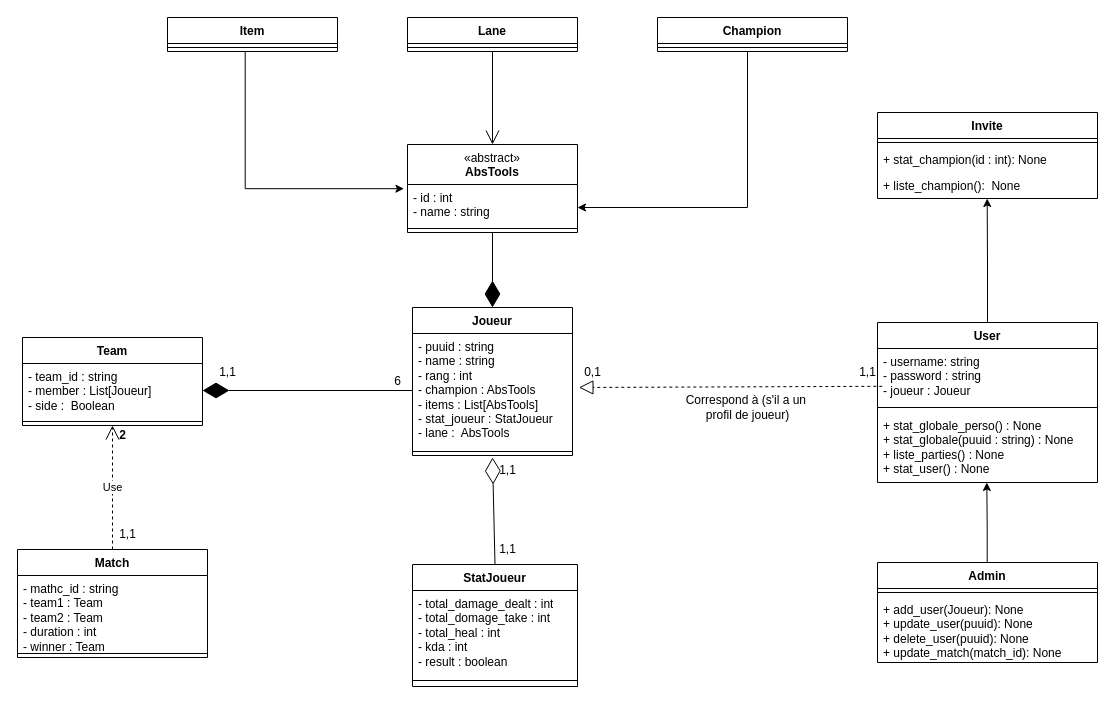
This is Image Prod/League of legends.drawio from Niyo-D-JC/HelpWork, a draw.io file, before an edit. Source tidied: cells renumbered, new cells numbered last; positions are measured from the earlier drawing's top-left corner, leaving out a move shared by most shapes. Both pictures are drawn from the tidied source at 100%, with x=0, y=0 at pixel (17, 17).
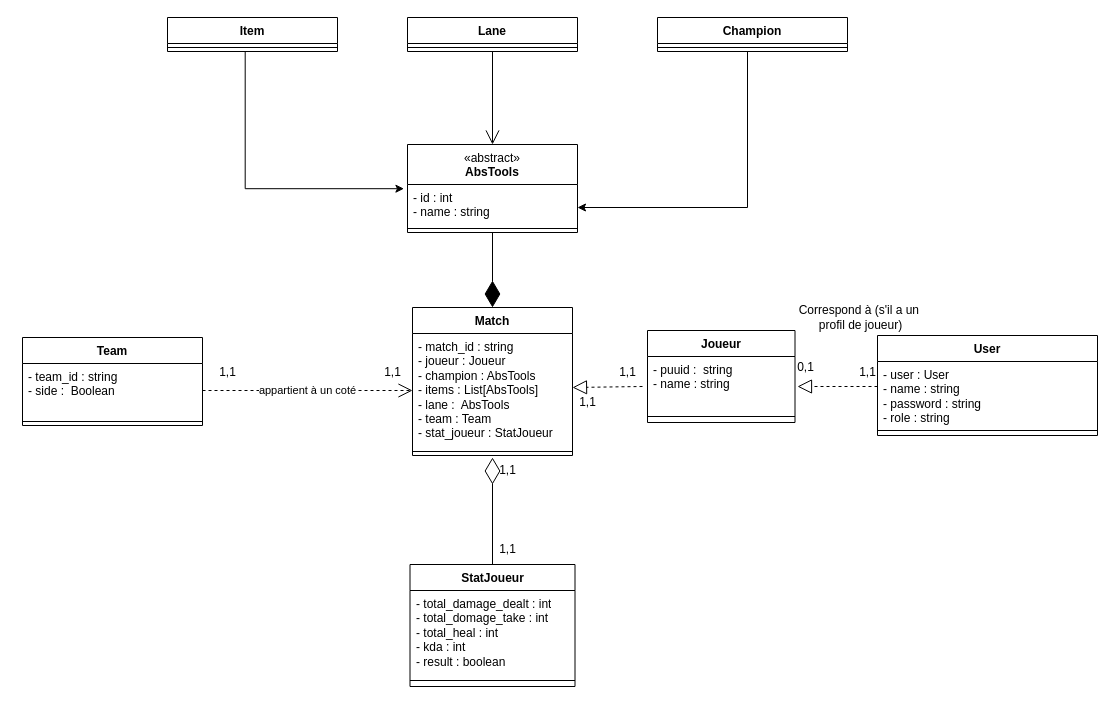
Above is the later version.

Commit message:
Mettre à jour League of legends.drawio

Unchanged cells that the change refers to:
```xml
<mxCell id="12" value="Team" style="swimlane;fontStyle=1;align=center;verticalAlign=top;horizontal=1;startSize=26;whiteSpace=wrap;html=1;" parent="1" vertex="1">
  <mxGeometry x="5" y="320" width="180" height="88" as="geometry" />
</mxCell>
<mxCell id="42" value="1,1" style="text;html=1;align=center;verticalAlign=middle;points=[];strokeColor=none;fillColor=none;" parent="1" vertex="1">
  <mxGeometry x="830" y="340" width="40" height="30" as="geometry" />
</mxCell>
```

Diff of the diagram source:
```diff
@@
     <mxCell id="2" value="StatJoueur" style="swimlane;fontStyle=1;align=center;verticalAlign=top;horizontal=1;startSize=26;whiteSpace=wrap;html=1;" parent="1" vertex="1">
-      <mxGeometry x="395" y="547" width="165" height="122" as="geometry" />
+      <mxGeometry x="392.5" y="547" width="165" height="122" as="geometry" />
     </mxCell>
@@
-    <mxCell id="5" style="edgeStyle=orthogonalEdgeStyle;rounded=0;orthogonalLoop=1;jettySize=auto;html=1;entryX=0.491;entryY=1.05;entryDx=0;entryDy=0;entryPerimeter=0;" parent="1" edge="1">
-      <mxGeometry relative="1" as="geometry">
-        <mxPoint x="969.7" y="560.6" as="sourcePoint" />
-        <mxPoint x="969.3" y="465" as="targetPoint" />
-        <Array as="points">
-          <mxPoint x="969.7" y="510.6" />
-          <mxPoint x="969.7" y="510.6" />
-        </Array>
-      </mxGeometry>
-    </mxCell>
-    <mxCell id="6" value="Admin" style="swimlane;fontStyle=1;align=center;verticalAlign=top;horizontal=1;startSize=26;whiteSpace=wrap;html=1;" parent="1" vertex="1">
-      <mxGeometry x="860" y="545" width="220" height="100" as="geometry" />
-    </mxCell>
-    <mxCell id="7" style="line;strokeWidth=1;fillColor=none;align=left;verticalAlign=middle;spacingTop=-1;spacingLeft=3;spacingRight=3;labelPosition=right;strokeColor=inherit;" parent="6" vertex="1">
-      <mxGeometry y="26" width="220" height="8" as="geometry" />
-    </mxCell>
-    <mxCell id="8" value="+ add_user(Joueur): None&lt;br&gt;+ update_user(puuid): None&lt;br&gt;+ delete_user(puuid): None&lt;br&gt;+ update_match(match_id): None" style="text;strokeColor=none;fillColor=none;align=left;verticalAlign=top;spacingLeft=4;spacingRight=4;overflow=hidden;whiteSpace=wrap;html=1;" parent="6" vertex="1">
-      <mxGeometry y="34" width="220" height="66" as="geometry" />
-    </mxCell>
-    <mxCell id="9" value="Joueur" style="swimlane;fontStyle=1;align=center;verticalAlign=top;horizontal=1;startSize=26;whiteSpace=wrap;html=1;" parent="1" vertex="1">
+    <mxCell id="9" value="Match" style="swimlane;fontStyle=1;align=center;verticalAlign=top;horizontal=1;startSize=26;whiteSpace=wrap;html=1;" parent="1" vertex="1">
       <mxGeometry x="395" y="290" width="160" height="148" as="geometry" />
     </mxCell>
-    <mxCell id="10" value="- puuid : string&lt;br&gt;- name : string&lt;br&gt;- rang : int&lt;br&gt;- champion : AbsTools&lt;br&gt;- items : List[AbsTools]&lt;br&gt;- stat_joueur : StatJoueur&lt;br&gt;- lane :&amp;nbsp; AbsTools" style="text;strokeColor=none;fillColor=none;align=left;verticalAlign=top;spacingLeft=4;spacingRight=4;overflow=hidden;points=[[0,0.5],[1,0.5]];portConstraint=eastwest;whiteSpace=wrap;html=1;" parent="9" vertex="1">
+    <mxCell id="10" value="- match_id : string&lt;br&gt;- joueur : Joueur&lt;br&gt;- champion : AbsTools&lt;br&gt;- items : List[AbsTools]&lt;br&gt;- lane :&amp;nbsp; AbsTools&lt;br&gt;- team : Team&lt;br&gt;- stat_joueur : StatJoueur" style="text;strokeColor=none;fillColor=none;align=left;verticalAlign=top;spacingLeft=4;spacingRight=4;overflow=hidden;points=[[0,0.5],[1,0.5]];portConstraint=eastwest;whiteSpace=wrap;html=1;" parent="9" vertex="1">
       <mxGeometry y="26" width="160" height="114" as="geometry" />
     </mxCell>
@@
-    <mxCell id="13" value="- team_id : string&lt;br&gt;- member : List[Joueur]&lt;br&gt;- side :&amp;nbsp; Boolean" style="text;strokeColor=none;fillColor=none;align=left;verticalAlign=top;spacingLeft=4;spacingRight=4;overflow=hidden;points=[[0,0.5],[1,0.5]];portConstraint=eastwest;whiteSpace=wrap;html=1;" parent="12" vertex="1">
+    <mxCell id="13" value="- team_id : string&lt;br&gt;- side :&amp;nbsp; Boolean" style="text;strokeColor=none;fillColor=none;align=left;verticalAlign=top;spacingLeft=4;spacingRight=4;overflow=hidden;points=[[0,0.5],[1,0.5]];portConstraint=eastwest;whiteSpace=wrap;html=1;" parent="12" vertex="1">
       <mxGeometry y="26" width="180" height="54" as="geometry" />
     </mxCell>
@@
-    <mxCell id="15" value="Match" style="swimlane;fontStyle=1;align=center;verticalAlign=top;horizontal=1;startSize=26;whiteSpace=wrap;html=1;" parent="1" vertex="1">
-      <mxGeometry y="532" width="190" height="108" as="geometry" />
-    </mxCell>
-    <mxCell id="16" value="- mathc_id : string&lt;br&gt;- team1 : Team&lt;br&gt;- team2 : Team&lt;br&gt;- duration : int&lt;br&gt;- winner : Team" style="text;strokeColor=none;fillColor=none;align=left;verticalAlign=top;spacingLeft=4;spacingRight=4;overflow=hidden;whiteSpace=wrap;html=1;" parent="15" vertex="1">
-      <mxGeometry y="26" width="190" height="74" as="geometry" />
-    </mxCell>
-    <mxCell id="17" style="line;strokeWidth=1;fillColor=none;align=left;verticalAlign=middle;spacingTop=-1;spacingLeft=3;spacingRight=3;labelPosition=right;strokeColor=inherit;" parent="15" vertex="1">
-      <mxGeometry y="100" width="190" height="8" as="geometry" />
-    </mxCell>
@@
-    <mxCell id="20" value="Use" style="endArrow=open;endSize=12;dashed=1;html=1;rounded=0;exitX=0.5;exitY=0;exitDx=0;exitDy=0;entryX=0.5;entryY=1;entryDx=0;entryDy=0;" parent="1" edge="1" source="15" target="12">
+    <mxCell id="20" value="appartient à un coté" style="endArrow=open;endSize=12;dashed=1;html=1;rounded=0;exitX=1;exitY=0.5;exitDx=0;exitDy=0;entryX=0;entryY=0.5;entryDx=0;entryDy=0;" parent="1" edge="1" source="13" target="10">
       <mxGeometry relative="1" as="geometry" />
     </mxCell>
-    <mxCell id="21" value="2" style="text;align=center;fontStyle=1;verticalAlign=middle;spacingLeft=3;spacingRight=3;strokeColor=none;html=1;" parent="1" vertex="1">
-      <mxGeometry x="65" y="405" width="80" height="26" as="geometry" />
-    </mxCell>
@@
     <mxCell id="31" value="User" style="swimlane;fontStyle=1;align=center;verticalAlign=top;horizontal=1;startSize=26;whiteSpace=wrap;html=1;" parent="1" vertex="1">
-      <mxGeometry x="860" y="305" width="220" height="160" as="geometry" />
+      <mxGeometry x="860" y="318" width="220" height="100" as="geometry" />
     </mxCell>
-    <mxCell id="32" value="- username: string&lt;br&gt;- password : string&lt;br&gt;- joueur : Joueur" style="text;strokeColor=none;fillColor=none;align=left;verticalAlign=top;spacingLeft=4;spacingRight=4;overflow=hidden;whiteSpace=wrap;html=1;" parent="31" vertex="1">
-      <mxGeometry y="26" width="220" height="54" as="geometry" />
+    <mxCell id="32" value="- user : User&lt;br style=&quot;border-color: var(--border-color);&quot;&gt;- name : string&lt;br&gt;- password : string&lt;br&gt;- role : string" style="text;strokeColor=none;fillColor=none;align=left;verticalAlign=top;spacingLeft=4;spacingRight=4;overflow=hidden;whiteSpace=wrap;html=1;" parent="31" vertex="1">
+      <mxGeometry y="26" width="220" height="64" as="geometry" />
     </mxCell>
     <mxCell id="33" style="line;strokeWidth=1;fillColor=none;align=left;verticalAlign=middle;spacingTop=-1;spacingLeft=3;spacingRight=3;labelPosition=right;strokeColor=inherit;" parent="31" vertex="1">
-      <mxGeometry y="80" width="220" height="10" as="geometry" />
+      <mxGeometry y="90" width="220" height="10" as="geometry" />
     </mxCell>
-    <mxCell id="34" value="+ stat_globale_perso() : None&lt;br style=&quot;border-color: var(--border-color);&quot;&gt;+ stat_globale(puuid : string) : None&lt;br&gt;+ liste_parties() : None&lt;br&gt;+ stat_user() : None" style="text;strokeColor=none;fillColor=none;align=left;verticalAlign=top;spacingLeft=4;spacingRight=4;overflow=hidden;whiteSpace=wrap;html=1;" parent="31" vertex="1">
-      <mxGeometry y="90" width="220" height="70" as="geometry" />
-    </mxCell>
-    <mxCell id="35" style="edgeStyle=orthogonalEdgeStyle;rounded=0;jettySize=auto;html=1;entryX=0.491;entryY=1.05;entryDx=0;entryDy=0;entryPerimeter=0;exitX=0.5;exitY=0;exitDx=0;exitDy=0;" parent="1" edge="1" source="31">
-      <mxGeometry relative="1" as="geometry">
-        <mxPoint x="969.7" y="181" as="targetPoint" />
-      </mxGeometry>
-    </mxCell>
-    <mxCell id="36" value="Invite" style="swimlane;fontStyle=1;align=center;verticalAlign=top;horizontal=1;startSize=26;whiteSpace=wrap;html=1;" parent="1" vertex="1">
-      <mxGeometry x="860" y="95" width="220" height="86" as="geometry" />
-    </mxCell>
-    <mxCell id="37" style="line;strokeWidth=1;fillColor=none;align=left;verticalAlign=middle;spacingTop=-1;spacingLeft=3;spacingRight=3;labelPosition=right;strokeColor=inherit;" parent="36" vertex="1">
-      <mxGeometry y="26" width="220" height="8" as="geometry" />
-    </mxCell>
-    <mxCell id="38" value="+ stat_champion(id : int): None" style="text;strokeColor=none;fillColor=none;align=left;verticalAlign=top;spacingLeft=4;spacingRight=4;overflow=hidden;whiteSpace=wrap;html=1;" parent="36" vertex="1">
-      <mxGeometry y="34" width="220" height="26" as="geometry" />
-    </mxCell>
-    <mxCell id="39" value="+ liste_champion():&amp;nbsp; None" style="text;strokeColor=none;fillColor=none;align=left;verticalAlign=top;spacingLeft=4;spacingRight=4;overflow=hidden;whiteSpace=wrap;html=1;" parent="36" vertex="1">
-      <mxGeometry y="60" width="220" height="26" as="geometry" />
-    </mxCell>
-    <mxCell id="40" style="endArrow=block;dashed=1;endFill=0;endSize=12;html=1;rounded=0;exitX=0.87;exitY=0.96;exitDx=0;exitDy=0;exitPerimeter=0;entryX=1.026;entryY=0.604;entryDx=0;entryDy=0;entryPerimeter=0;" parent="1" edge="1" source="42">
+    <mxCell id="40" style="endArrow=block;dashed=1;endFill=0;endSize=12;html=1;rounded=0;exitX=0.75;exitY=0.967;exitDx=0;exitDy=0;exitPerimeter=0;" parent="1" edge="1" source="42">
       <mxGeometry relative="1" as="geometry">
-        <mxPoint x="561.4" y="370" as="targetPoint" />
+        <mxPoint x="780" y="369" as="targetPoint" />
       </mxGeometry>
     </mxCell>
     <mxCell id="41" value="0,1" style="text;html=1;align=center;verticalAlign=middle;strokeColor=none;fillColor=none;" parent="1" vertex="1">
-      <mxGeometry x="555" y="340" width="40" height="30" as="geometry" />
+      <mxGeometry x="767.5" y="335" width="40" height="30" as="geometry" />
     </mxCell>
@@
     <mxCell id="43" value="Correspond à (s'il a un&amp;nbsp;&lt;br&gt;profil de joueur)" style="text;html=1;align=center;verticalAlign=middle;strokeColor=none;fillColor=none;" parent="1" vertex="1">
-      <mxGeometry x="655" y="370" width="150" height="40" as="geometry" />
+      <mxGeometry x="767.5" y="280" width="150" height="40" as="geometry" />
     </mxCell>
-    <mxCell id="44" style="endArrow=diamondThin;endFill=1;endSize=24;html=1;rounded=0;exitX=0;exitY=0.5;exitDx=0;exitDy=0;entryX=1;entryY=0.5;entryDx=0;entryDy=0;" parent="1" edge="1" source="10" target="13">
-      <mxGeometry relative="1" as="geometry" />
-    </mxCell>
-    <mxCell id="45" value="6" style="text;html=1;align=center;verticalAlign=middle;strokeColor=none;fillColor=none;" parent="1" vertex="1">
-      <mxGeometry x="365" y="349" width="30" height="30" as="geometry" />
-    </mxCell>
@@
-    <mxCell id="50" value="1,1" style="text;html=1;align=center;verticalAlign=middle;strokeColor=none;fillColor=none;" parent="1" vertex="1">
-      <mxGeometry x="90" y="502" width="40" height="30" as="geometry" />
-    </mxCell>
@@
+    <mxCell id="53" value="Joueur" style="swimlane;fontStyle=1;align=center;verticalAlign=top;horizontal=1;startSize=26;whiteSpace=wrap;html=1;" parent="1" vertex="1">
+      <mxGeometry x="630" y="313" width="147.5" height="92" as="geometry" />
+    </mxCell>
+    <mxCell id="54" value="- puuid :&amp;nbsp; string&lt;br&gt;- name : string" style="text;strokeColor=none;fillColor=none;align=left;verticalAlign=top;spacingLeft=4;spacingRight=4;overflow=hidden;whiteSpace=wrap;html=1;" parent="53" vertex="1">
+      <mxGeometry y="26" width="147.5" height="54" as="geometry" />
+    </mxCell>
+    <mxCell id="55" style="line;strokeWidth=1;fillColor=none;align=left;verticalAlign=middle;spacingTop=-1;spacingLeft=3;spacingRight=3;labelPosition=right;strokeColor=inherit;" parent="53" vertex="1">
+      <mxGeometry y="80" width="147.5" height="12" as="geometry" />
+    </mxCell>
+    <mxCell id="56" value="1,1" style="text;html=1;align=center;verticalAlign=middle;strokeColor=none;fillColor=none;" parent="1" vertex="1">
+      <mxGeometry x="355" y="340" width="40" height="30" as="geometry" />
+    </mxCell>
+    <mxCell id="57" style="endArrow=block;dashed=1;endFill=0;endSize=12;html=1;rounded=0;exitX=0.75;exitY=0.967;exitDx=0;exitDy=0;exitPerimeter=0;" parent="1" edge="1">
+      <mxGeometry relative="1" as="geometry">
+        <mxPoint x="625" y="369" as="sourcePoint" />
+        <mxPoint x="555" y="370" as="targetPoint" />
+      </mxGeometry>
+    </mxCell>
+    <mxCell id="58" value="1,1" style="text;html=1;align=center;verticalAlign=middle;strokeColor=none;fillColor=none;" parent="1" vertex="1">
+      <mxGeometry x="550" y="370" width="40" height="30" as="geometry" />
+    </mxCell>
+    <mxCell id="59" value="1,1" style="text;html=1;align=center;verticalAlign=middle;strokeColor=none;fillColor=none;" parent="1" vertex="1">
+      <mxGeometry x="590" y="340" width="40" height="30" as="geometry" />
+    </mxCell>
```
